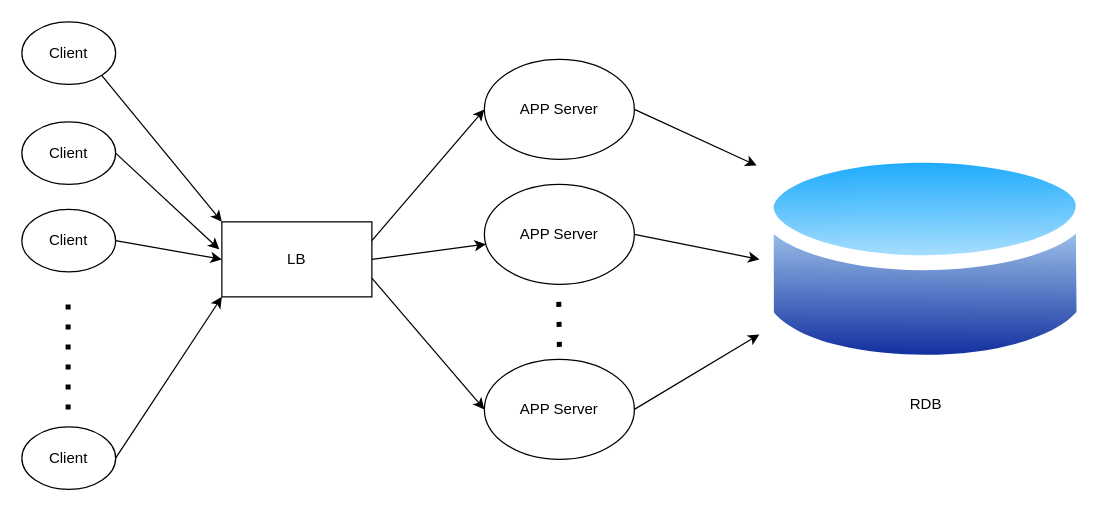
Earlier version of the draw.io diagram default-structure.drawio (kindtiger95/drawio). Source tidied: cells renumbered, new cells numbered last; positions are measured from the earlier drawing's top-left corner, leaving out a move shared by most shapes. Both pictures are drawn from the tidied source at 125%, with x=0, y=0 at pixel (21, 21).
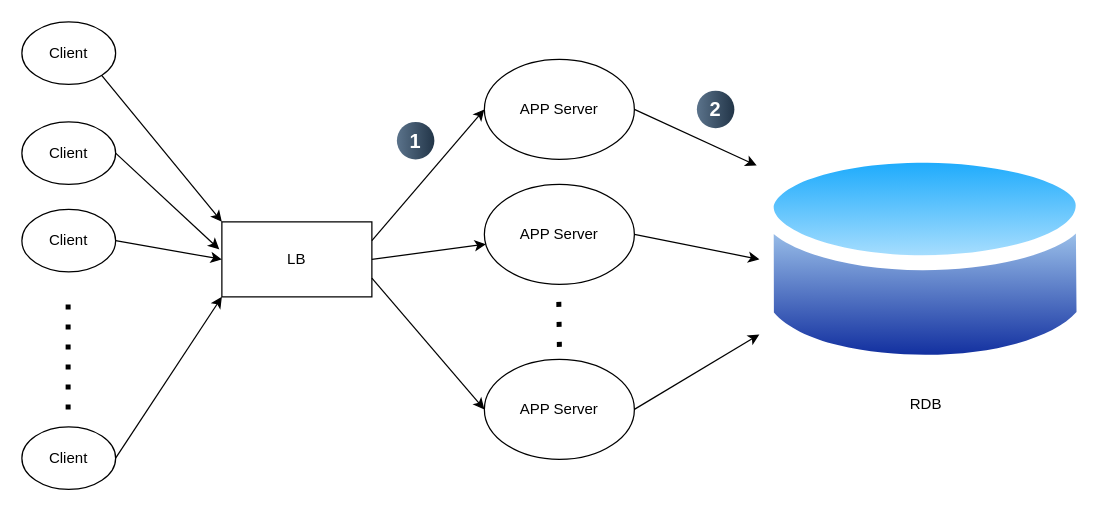
The same diagram, later.

What changed in the source:
```diff
@@
+    <mxCell id="23" value="1" style="ellipse;whiteSpace=wrap;html=1;rotation=0;gradientColor=#223548;strokeColor=none;gradientDirection=east;fillColor=#5b738b;rounded=0;fontFamily=Helvetica;fontSize=16;fontColor=#FFFFFF;spacingTop=4;spacingBottom=4;spacingLeft=4;spacingRight=4;fontStyle=1;" parent="1" vertex="1">
+      <mxGeometry x="300" y="80" width="30" height="30" as="geometry" />
+    </mxCell>
+    <mxCell id="24" value="2" style="ellipse;whiteSpace=wrap;html=1;rotation=0;gradientColor=#223548;strokeColor=none;gradientDirection=east;fillColor=#5b738b;rounded=0;fontFamily=Helvetica;fontSize=16;fontColor=#FFFFFF;spacingTop=4;spacingBottom=4;spacingLeft=4;spacingRight=4;fontStyle=1;" parent="1" vertex="1">
+      <mxGeometry x="540" y="55" width="30" height="30" as="geometry" />
+    </mxCell>
```
